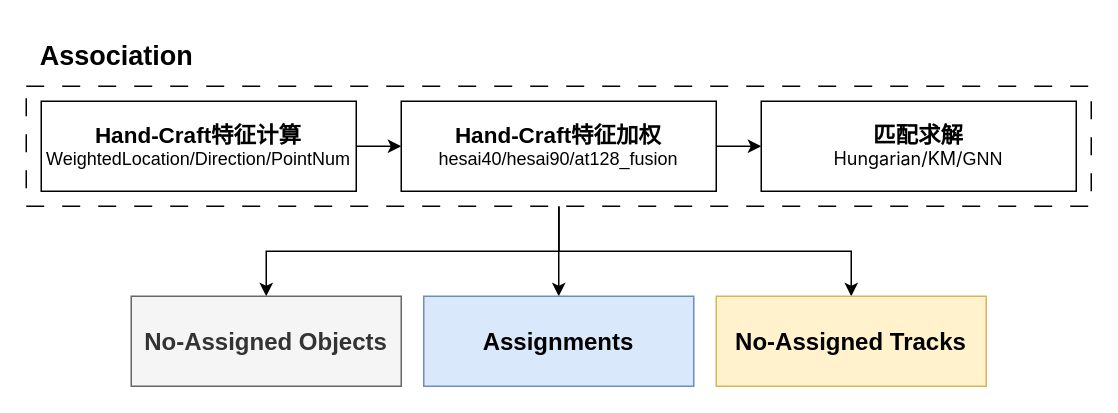
The draw.io diagram 线上关联方案.drawio in Angzz/drawio, before the edit. Source tidied: cells renumbered, new cells numbered last; positions are measured from the earlier drawing's top-left corner, leaving out a move shared by most shapes. Both pictures are drawn from the tidied source at 150%, with x=0, y=0 at pixel (26, 26).
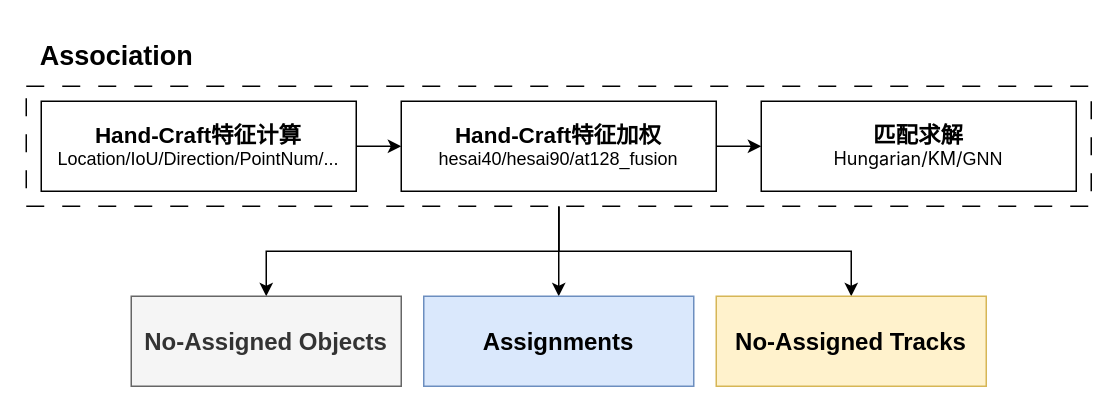
Above is the later version.

Commit message (it also covers changes not shown here):
线上关联方案.drawio

The edit, as a diff of the source:
```diff
@@
 <mxGraphModel>
   <root>
     <mxCell id="0" />
     <mxCell id="1" parent="0" />
     <mxCell id="2" style="edgeStyle=orthogonalEdgeStyle;rounded=0;jettySize=auto;html=1;entryX=0.5;entryY=0;entryDx=0;entryDy=0;" parent="1" edge="1" source="5" target="13">
       <mxGeometry relative="1" as="geometry" />
     </mxCell>
     <mxCell id="3" style="edgeStyle=orthogonalEdgeStyle;rounded=0;jettySize=auto;html=1;" parent="1" edge="1" source="5" target="12">
       <mxGeometry relative="1" as="geometry" />
     </mxCell>
     <mxCell id="4" style="edgeStyle=orthogonalEdgeStyle;rounded=0;jettySize=auto;html=1;" parent="1" edge="1" source="5" target="14">
       <mxGeometry relative="1" as="geometry" />
     </mxCell>
     <mxCell id="5" style="rounded=0;whiteSpace=wrap;html=1;dashed=1;dashPattern=12 12;" parent="1" vertex="1">
       <mxGeometry y="40" width="710" height="80" as="geometry" />
     </mxCell>
     <mxCell id="6" style="edgeStyle=orthogonalEdgeStyle;rounded=0;jettySize=auto;html=1;entryX=0;entryY=0.5;entryDx=0;entryDy=0;" parent="1" edge="1" source="7" target="9">
       <mxGeometry relative="1" as="geometry" />
     </mxCell>
-    <mxCell id="7" value="&lt;b&gt;&lt;font style=&quot;font-size: 15px;&quot;&gt;Hand-Craft特征计算&lt;/font&gt;&lt;/b&gt;&lt;div&gt;WeightedLocation/Direction/PointNum&lt;/div&gt;" style="rounded=0;whiteSpace=wrap;html=1;" parent="1" vertex="1">
+    <mxCell id="7" value="&lt;b&gt;&lt;font style=&quot;font-size: 15px;&quot;&gt;Hand-Craft特征计算&lt;/font&gt;&lt;/b&gt;&lt;span style=&quot;background-color: initial;&quot;&gt;Location/IoU/Direction/PointNum/...&lt;/span&gt;" style="rounded=0;whiteSpace=wrap;html=1;" parent="1" vertex="1">
       <mxGeometry x="10" y="50" width="210" height="60" as="geometry" />
     </mxCell>
     <mxCell id="8" style="edgeStyle=orthogonalEdgeStyle;rounded=0;jettySize=auto;html=1;entryX=0;entryY=0.5;entryDx=0;entryDy=0;" parent="1" edge="1" source="9" target="10">
       <mxGeometry relative="1" as="geometry" />
     </mxCell>
     <mxCell id="9" value="&lt;b&gt;&lt;font style=&quot;font-size: 15px;&quot;&gt;Hand-Craft特征加权&lt;/font&gt;&lt;/b&gt;&lt;div&gt;hesai40/hesai90/at128_fusion&lt;/div&gt;" style="rounded=0;whiteSpace=wrap;html=1;" parent="1" vertex="1">
       <mxGeometry x="250" y="50" width="210" height="60" as="geometry" />
     </mxCell>
     <mxCell id="10" value="&lt;span style=&quot;font-size: 15px;&quot;&gt;&lt;b&gt;匹配求解&lt;/b&gt;&lt;/span&gt;&lt;div style=&quot;&quot;&gt;&lt;span style=&quot;background-color: rgb(255, 255, 255); font-family: -apple-system, &amp;quot;system-ui&amp;quot;, &amp;quot;Segoe UI&amp;quot;, Helvetica, Arial, sans-serif, &amp;quot;Apple Color Emoji&amp;quot;, &amp;quot;Segoe UI Emoji&amp;quot;; text-align: start;&quot;&gt;Hungarian/KM/&lt;/span&gt;&lt;span style=&quot;background-color: initial;&quot;&gt;GNN&lt;/span&gt;&lt;/div&gt;" style="rounded=0;whiteSpace=wrap;html=1;" parent="1" vertex="1">
       <mxGeometry x="490" y="50" width="210" height="60" as="geometry" />
     </mxCell>
     <mxCell id="11" value="Association" style="text;html=1;align=center;verticalAlign=middle;strokeColor=none;fillColor=none;fontStyle=1;fontSize=18;" parent="1" vertex="1">
       <mxGeometry width="120" height="40" as="geometry" />
     </mxCell>
     <mxCell id="12" value="&lt;b style=&quot;font-size: 16px;&quot;&gt;Assignments&lt;/b&gt;" style="whiteSpace=wrap;html=1;fontSize=16;fillColor=#dae8fc;strokeColor=#6c8ebf;" parent="1" vertex="1">
       <mxGeometry x="265" y="180" width="180" height="60" as="geometry" />
     </mxCell>
     <mxCell id="13" value="&lt;b style=&quot;font-size: 16px;&quot;&gt;No-Assigned Objects&lt;/b&gt;" style="whiteSpace=wrap;html=1;fontSize=16;fillColor=#f5f5f5;fontColor=#333333;strokeColor=#666666;" parent="1" vertex="1">
       <mxGeometry x="70" y="180" width="180" height="60" as="geometry" />
     </mxCell>
     <mxCell id="14" value="&lt;b style=&quot;font-size: 16px;&quot;&gt;No-Assigned Tracks&lt;/b&gt;" style="whiteSpace=wrap;html=1;fontSize=16;fillColor=#fff2cc;strokeColor=#d6b656;" parent="1" vertex="1">
       <mxGeometry x="460" y="180" width="180" height="60" as="geometry" />
     </mxCell>
   </root>
 </mxGraphModel>
```
